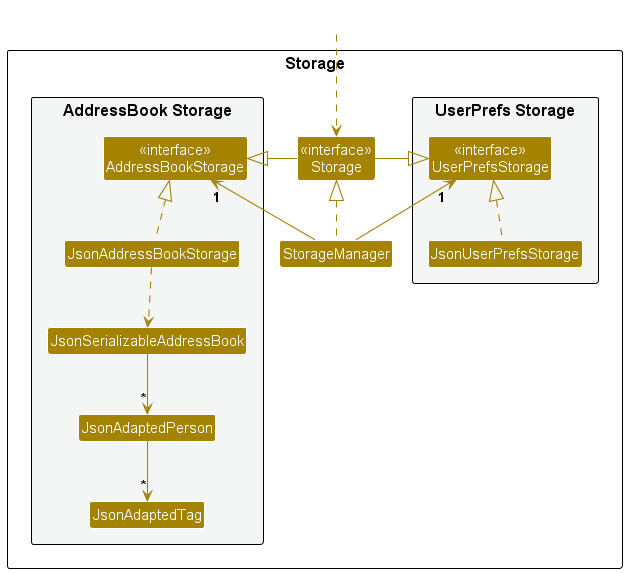
This is docs/images/StorageClassDiagram.png from bertrandong/tp, a PlantUML export, as it was before one commit.
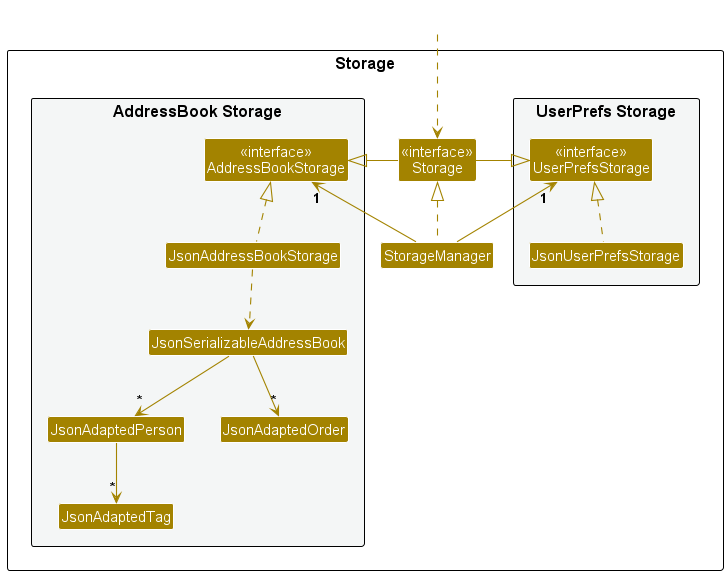
After the commit.

Commit message:
Add UML Diagram for archiving of completed orders

Change to the diagram source:
```diff
@@ -20,6 +20,7 @@
 Class JsonSerializableAddressBook
 Class JsonAdaptedPerson
 Class JsonAdaptedTag
+Class JsonAdaptedOrder
 }
 
 }
@@ -39,5 +40,6 @@
 JsonAddressBookStorage ..> JsonSerializableAddressBook
 JsonSerializableAddressBook --> "*" JsonAdaptedPerson
 JsonAdaptedPerson --> "*" JsonAdaptedTag
+JsonSerializableAddressBook --> "*" JsonAdaptedOrder
 
 @enduml
```
